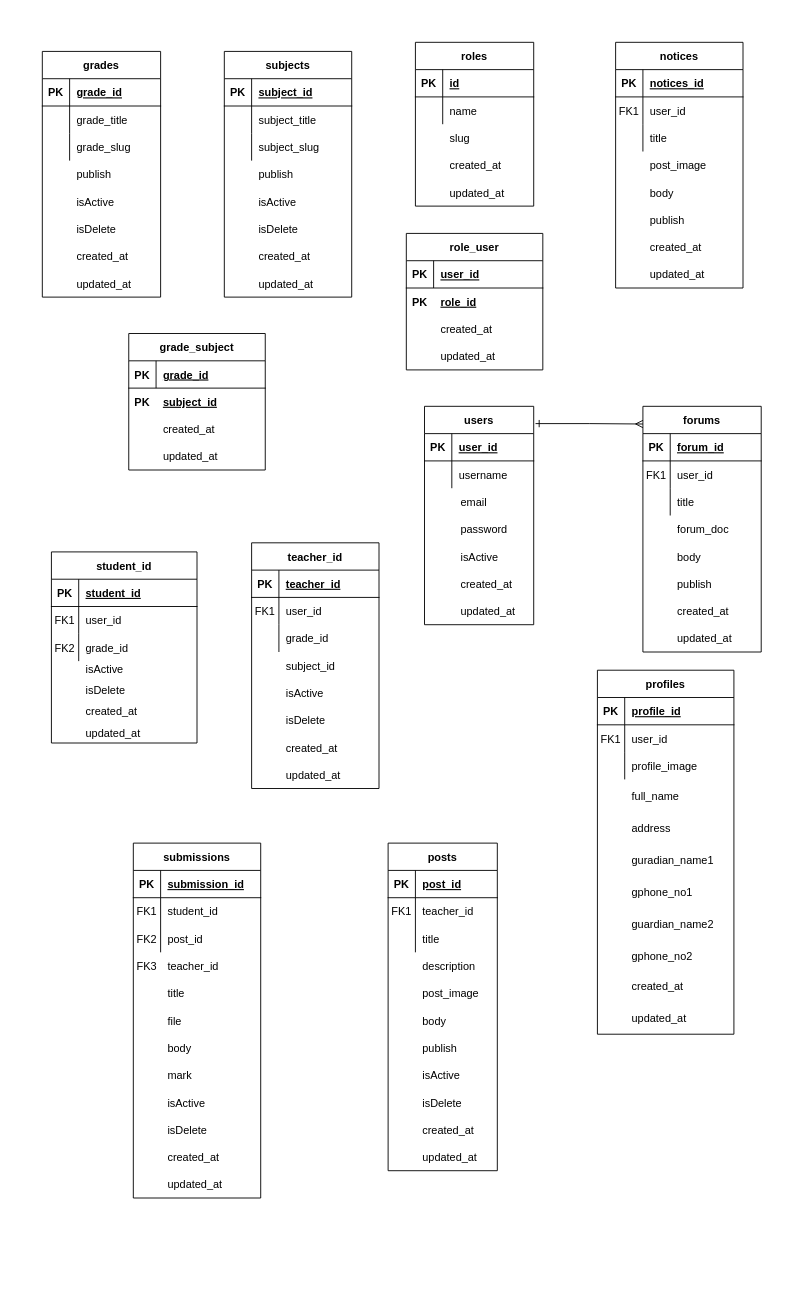
cyber139/camdeus keeps this draw.io diagram as FYP ERD.drawio. Above is the earlier version. Source tidied: cells renumbered, new cells numbered last; positions are measured from the earlier drawing's top-left corner, leaving out a move shared by most shapes. Both pictures are drawn from the tidied source at 91%, with x=0, y=0 at pixel (42, 42).
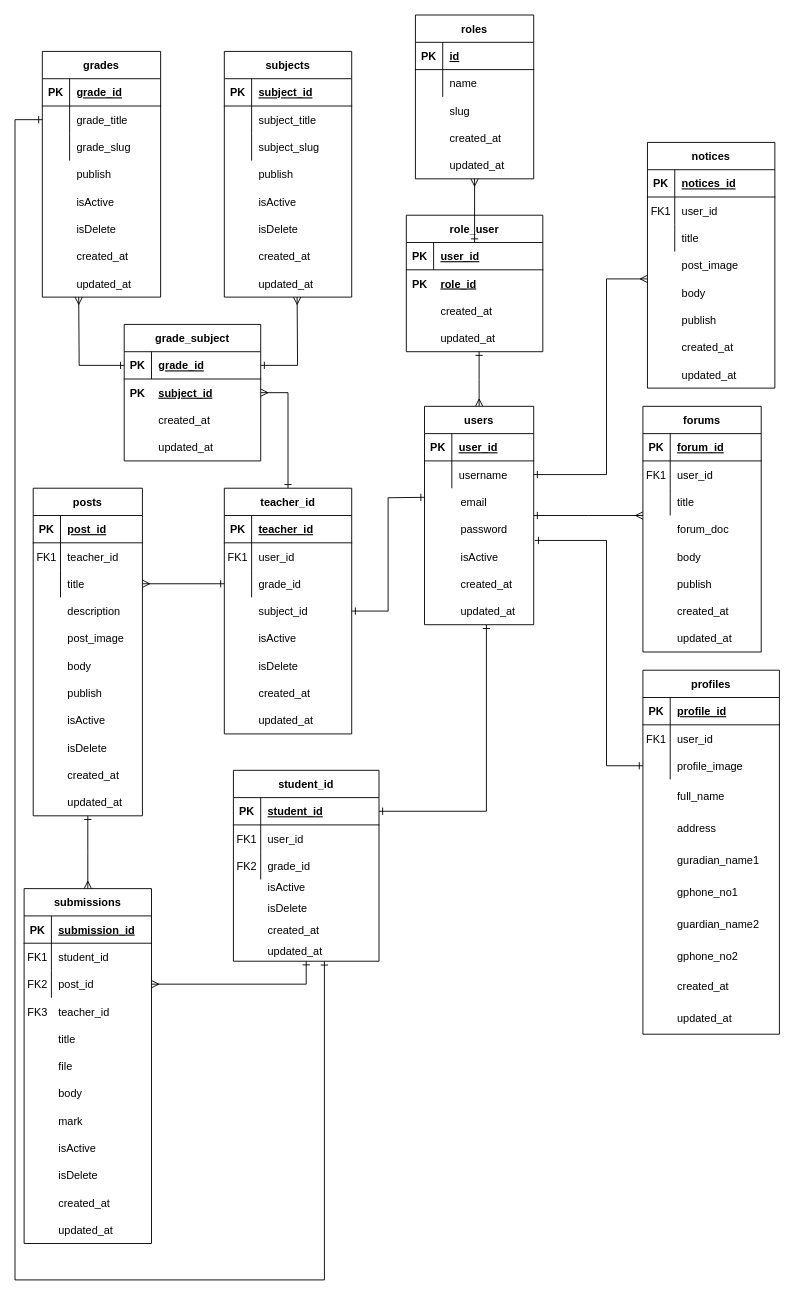
After the change.

Unchanged cells that the change refers to:
```xml
<mxCell id="20" style="shape=partialRectangle;fillColor=none;points=[[0,0.5],[1,0.5]];portConstraint=eastwest;top=0;left=0;right=0;bottom=0;" parent="13" vertex="1">
  <mxGeometry y="90" width="120" height="30" as="geometry" />
</mxCell>
<mxCell id="43" style="shape=partialRectangle;fillColor=none;points=[[0,0.5],[1,0.5]];portConstraint=eastwest;top=0;left=0;right=0;bottom=0;" parent="39" vertex="1">
  <mxGeometry y="60" width="130" height="30" as="geometry" />
</mxCell>
<mxCell id="61" value="grade_subject" style="shape=table;startSize=30;childLayout=tableLayout;rowLines=0;fontStyle=1;align=center;" parent="58" vertex="1">
  <mxGeometry width="150" height="150" as="geometry" />
</mxCell>
<mxCell id="62" style="shape=partialRectangle;fillColor=none;points=[[0,0.5],[1,0.5]];portConstraint=eastwest;top=0;left=0;right=0;bottom=1;" parent="61" vertex="1">
  <mxGeometry y="30" width="150" height="30" as="geometry" />
</mxCell>
<mxCell id="69" value="users" style="shape=table;startSize=30;childLayout=tableLayout;rowLines=0;fontStyle=1;align=center;" parent="68" vertex="1">
  <mxGeometry width="120" height="240" as="geometry" />
</mxCell>
<mxCell id="73" style="shape=partialRectangle;fillColor=none;points=[[0,0.5],[1,0.5]];portConstraint=eastwest;top=0;left=0;right=0;bottom=0;" parent="69" vertex="1">
  <mxGeometry y="60" width="120" height="30" as="geometry" />
</mxCell>
<mxCell id="79" style="shape=partialRectangle;fillColor=none;points=[[0,0.5],[1,0.5]];portConstraint=eastwest;top=0;left=0;right=0;bottom=0;" parent="68" vertex="1">
  <mxGeometry x="20" y="120" width="100" height="30" as="geometry" />
</mxCell>
<mxCell id="88" style="shape=partialRectangle;fillColor=none;points=[[0,0.5],[1,0.5]];portConstraint=eastwest;top=0;left=0;right=0;bottom=0;" parent="68" vertex="1">
  <mxGeometry x="20" y="210" width="100" height="30" as="geometry" />
</mxCell>
<mxCell id="120" style="shape=partialRectangle;fillColor=none;points=[[0,0.5],[1,0.5]];portConstraint=eastwest;top=0;left=0;right=0;bottom=0;" parent="113" vertex="1">
  <mxGeometry y="90" width="150" height="30" as="geometry" />
</mxCell>
<mxCell id="137" value="forums" style="shape=table;startSize=30;childLayout=tableLayout;rowLines=0;fontStyle=1;align=center;" parent="136" vertex="1">
  <mxGeometry width="130" height="270" as="geometry" />
</mxCell>
<mxCell id="158" value="teacher_id" style="shape=table;startSize=30;childLayout=tableLayout;rowLines=0;fontStyle=1;align=center;" parent="157" vertex="1">
  <mxGeometry width="140" height="270" as="geometry" />
</mxCell>
<mxCell id="165" style="shape=partialRectangle;fillColor=none;points=[[0,0.5],[1,0.5]];portConstraint=eastwest;top=0;left=0;right=0;bottom=0;" parent="158" vertex="1">
  <mxGeometry y="90" width="140" height="30" as="geometry" />
</mxCell>
<mxCell id="213" style="shape=partialRectangle;fillColor=none;points=[[0,0.5],[1,0.5]];portConstraint=eastwest;top=0;left=0;right=0;bottom=1;" parent="212" vertex="1">
  <mxGeometry y="30" width="160" height="30" as="geometry" />
</mxCell>
<mxCell id="232" value="submissions" style="shape=table;startSize=30;childLayout=tableLayout;rowLines=0;fontStyle=1;align=center;" parent="231" vertex="1">
  <mxGeometry width="140" height="390" as="geometry" />
</mxCell>
<mxCell id="239" style="shape=partialRectangle;fillColor=none;points=[[0,0.5],[1,0.5]];portConstraint=eastwest;top=0;left=0;right=0;bottom=0;" parent="232" vertex="1">
  <mxGeometry y="90" width="140" height="30" as="geometry" />
</mxCell>
```

What changed in the source:
```diff
@@
     <mxCell id="2" style="group;" parent="1" vertex="1">
-      <mxGeometry x="400" y="210" width="150" height="150" as="geometry" />
+      <mxGeometry x="400" y="190" width="150" height="150" as="geometry" />
     </mxCell>
@@
     <mxCell id="12" style="group;" parent="1" vertex="1">
-      <mxGeometry x="380" y="880" width="120" height="360" as="geometry" />
+      <mxGeometry x="-10" y="490" width="120" height="360" as="geometry" />
     </mxCell>
@@
     <mxCell id="58" style="group;" parent="1" vertex="1">
-      <mxGeometry x="95" y="320" width="150" height="150" as="geometry" />
+      <mxGeometry x="90" y="310" width="150" height="150" as="geometry" />
     </mxCell>
@@
     <mxCell id="91" style="group;" parent="1" vertex="1">
-      <mxGeometry x="630" width="140" height="270" as="geometry" />
+      <mxGeometry x="665" y="110" width="140" height="270" as="geometry" />
     </mxCell>
@@
     <mxCell id="112" style="group;" parent="1" vertex="1">
-      <mxGeometry x="610" y="690" width="150" height="400" as="geometry" />
+      <mxGeometry x="660" y="690" width="150" height="400" as="geometry" />
     </mxCell>
@@
     <mxCell id="157" style="group;" parent="1" vertex="1">
-      <mxGeometry x="230" y="550" width="140" height="270" as="geometry" />
+      <mxGeometry x="200" y="490" width="140" height="270" as="geometry" />
     </mxCell>
@@
     <mxCell id="178" style="group;" parent="1" vertex="1">
-      <mxGeometry x="410" width="130" height="180" as="geometry" />
+      <mxGeometry x="410" y="-30" width="130" height="180" as="geometry" />
     </mxCell>
@@
     <mxCell id="211" style="group;" parent="1" vertex="1">
-      <mxGeometry x="10" y="560" width="160" height="210" as="geometry" />
+      <mxGeometry x="210" y="800" width="160" height="209.8" as="geometry" />
     </mxCell>
     <mxCell id="212" value="student_id" style="shape=table;startSize=30;childLayout=tableLayout;rowLines=0;fontStyle=1;align=center;" parent="211" vertex="1">
-      <mxGeometry width="160" height="210" as="geometry" />
+      <mxGeometry width="160" height="209.8" as="geometry" />
     </mxCell>
@@
     <mxCell id="222" value="FK2" style="shape=partialRectangle;overflow=hidden;fillColor=none;top=0;left=0;bottom=0;right=0;" parent="211" vertex="1">
-      <mxGeometry y="93.3" width="30" height="23.3" as="geometry" />
+      <mxGeometry y="93.2" width="30" height="23.3" as="geometry" />
     </mxCell>
     <mxCell id="223" style="shape=partialRectangle;overflow=hidden;fillColor=none;top=0;left=0;bottom=0;right=0;" parent="211" vertex="1">
-      <mxGeometry y="116.7" width="30" height="23.3" as="geometry" />
+      <mxGeometry y="116.5" width="30" height="23.3" as="geometry" />
     </mxCell>
     <mxCell id="224" value="isActive" style="shape=partialRectangle;overflow=hidden;fillColor=none;top=0;left=0;bottom=0;right=0;align=left;spacingLeft=6;" parent="211" vertex="1">
-      <mxGeometry x="30" y="116.7" width="130" height="23.3" as="geometry" />
+      <mxGeometry x="30" y="116.6" width="130" height="23.3" as="geometry" />
     </mxCell>
     <mxCell id="225" style="shape=partialRectangle;overflow=hidden;fillColor=none;top=0;left=0;bottom=0;right=0;" parent="211" vertex="1">
-      <mxGeometry y="140" width="30" height="23.3" as="geometry" />
+      <mxGeometry y="139.9" width="30" height="23.3" as="geometry" />
     </mxCell>
     <mxCell id="226" value="isDelete" style="shape=partialRectangle;overflow=hidden;fillColor=none;top=0;left=0;bottom=0;right=0;align=left;spacingLeft=6;" parent="211" vertex="1">
-      <mxGeometry x="30" y="140" width="130" height="23.3" as="geometry" />
+      <mxGeometry x="30" y="139.9" width="130" height="23.3" as="geometry" />
     </mxCell>
     <mxCell id="227" style="shape=partialRectangle;overflow=hidden;fillColor=none;top=0;left=0;bottom=0;right=0;" parent="211" vertex="1">
-      <mxGeometry y="163.3" width="30" height="23.3" as="geometry" />
+      <mxGeometry y="163.2" width="30" height="23.3" as="geometry" />
     </mxCell>
     <mxCell id="228" value="created_at" style="shape=partialRectangle;overflow=hidden;fillColor=none;top=0;left=0;bottom=0;right=0;align=left;spacingLeft=6;" parent="211" vertex="1">
-      <mxGeometry x="30" y="163.3" width="130" height="23.3" as="geometry" />
+      <mxGeometry x="30" y="163.2" width="130" height="23.3" as="geometry" />
     </mxCell>
     <mxCell id="229" style="shape=partialRectangle;overflow=hidden;fillColor=none;top=0;left=0;bottom=0;right=0;" parent="211" vertex="1">
-      <mxGeometry y="186.7" width="30" height="23.3" as="geometry" />
+      <mxGeometry y="186.5" width="30" height="23.3" as="geometry" />
     </mxCell>
     <mxCell id="230" value="updated_at" style="shape=partialRectangle;overflow=hidden;fillColor=none;top=0;left=0;bottom=0;right=0;align=left;spacingLeft=6;" parent="211" vertex="1">
-      <mxGeometry x="30" y="186.7" width="130" height="23.3" as="geometry" />
+      <mxGeometry x="30" y="186.5" width="130" height="23.3" as="geometry" />
     </mxCell>
     <mxCell id="231" style="group;" parent="1" vertex="1">
-      <mxGeometry x="100" y="880" width="140" height="390" as="geometry" />
+      <mxGeometry x="-20" y="930" width="140" height="390" as="geometry" />
     </mxCell>
@@
-    <mxCell id="262" style="rounded=0;jettySize=auto;html=1;entryX=0;entryY=0.072;entryDx=0;entryDy=0;entryPerimeter=0;edgeStyle=elbowEdgeStyle;startArrow=ERone;startFill=0;endArrow=ERmany;endFill=0;" parent="1" edge="1" target="137">
-      <mxGeometry relative="1" as="geometry">
-        <mxPoint x="542" y="419" as="sourcePoint" />
-      </mxGeometry>
-    </mxCell>
+    <mxCell id="263" style="edgeStyle=orthogonalEdgeStyle;rounded=0;jettySize=auto;html=1;entryX=0;entryY=0.5;entryDx=0;entryDy=0;startArrow=ERone;startFill=0;endArrow=ERone;endFill=0;exitX=1.012;exitY=0.913;exitDx=0;exitDy=0;exitPerimeter=0;" parent="1" edge="1" source="79" target="120">
+      <mxGeometry relative="1" as="geometry">
+        <Array as="points">
+          <mxPoint x="620" y="547" />
+          <mxPoint x="620" y="795" />
+        </Array>
+      </mxGeometry>
+    </mxCell>
+    <mxCell id="264" style="edgeStyle=orthogonalEdgeStyle;rounded=0;jettySize=auto;html=1;startArrow=ERone;startFill=0;endArrow=ERmany;endFill=0;" parent="1" edge="1" source="69">
+      <mxGeometry relative="1" as="geometry">
+        <mxPoint x="660" y="520" as="targetPoint" />
+      </mxGeometry>
+    </mxCell>
+    <mxCell id="265" style="edgeStyle=orthogonalEdgeStyle;rounded=0;jettySize=auto;html=1;startArrow=ERone;startFill=0;endArrow=ERmany;endFill=0;" parent="1" edge="1" source="73">
+      <mxGeometry relative="1" as="geometry">
+        <mxPoint x="665" y="260" as="targetPoint" />
+        <Array as="points">
+          <mxPoint x="620" y="475" />
+          <mxPoint x="620" y="260" />
+        </Array>
+      </mxGeometry>
+    </mxCell>
+    <mxCell id="266" style="edgeStyle=orthogonalEdgeStyle;rounded=0;jettySize=auto;html=1;exitX=0.5;exitY=0;exitDx=0;exitDy=0;startArrow=ERmany;startFill=0;endArrow=ERone;endFill=0;" parent="1" edge="1" source="69">
+      <mxGeometry relative="1" as="geometry">
+        <mxPoint x="480" y="340" as="targetPoint" />
+      </mxGeometry>
+    </mxCell>
+    <mxCell id="267" style="edgeStyle=orthogonalEdgeStyle;rounded=0;orthogonalLoop=1;jettySize=auto;html=1;exitX=0.5;exitY=0;exitDx=0;exitDy=0;startArrow=ERone;startFill=0;endArrow=ERmany;endFill=0;" parent="1" edge="1">
+      <mxGeometry relative="1" as="geometry">
+        <mxPoint x="475" y="220" as="sourcePoint" />
+        <mxPoint x="475" y="150" as="targetPoint" />
+      </mxGeometry>
+    </mxCell>
+    <mxCell id="268" style="edgeStyle=orthogonalEdgeStyle;rounded=0;jettySize=auto;html=1;entryX=1;entryY=0.5;entryDx=0;entryDy=0;startArrow=ERone;startFill=0;endArrow=ERone;endFill=0;exitX=0.48;exitY=1.007;exitDx=0;exitDy=0;exitPerimeter=0;" parent="1" edge="1" source="88" target="213">
+      <mxGeometry relative="1" as="geometry">
+        <Array as="points">
+          <mxPoint x="488" y="845" />
+        </Array>
+      </mxGeometry>
+    </mxCell>
+    <mxCell id="269" style="edgeStyle=orthogonalEdgeStyle;rounded=0;jettySize=auto;html=1;startArrow=ERone;startFill=0;endArrow=ERmany;endFill=0;" parent="1" edge="1" source="62">
+      <mxGeometry relative="1" as="geometry">
+        <mxPoint x="40" y="280" as="targetPoint" />
+      </mxGeometry>
+    </mxCell>
+    <mxCell id="270" style="edgeStyle=orthogonalEdgeStyle;rounded=0;jettySize=auto;html=1;startArrow=ERone;startFill=0;endArrow=ERmany;endFill=0;" parent="1" edge="1" source="62">
+      <mxGeometry relative="1" as="geometry">
+        <mxPoint x="280" y="280" as="targetPoint" />
+      </mxGeometry>
+    </mxCell>
+    <mxCell id="271" style="edgeStyle=orthogonalEdgeStyle;rounded=0;jettySize=auto;html=1;startArrow=ERone;startFill=0;endArrow=ERone;endFill=0;" parent="1" edge="1" source="158">
+      <mxGeometry relative="1" as="geometry">
+        <mxPoint x="420" y="500" as="targetPoint" />
+      </mxGeometry>
+    </mxCell>
+    <mxCell id="272" style="edgeStyle=orthogonalEdgeStyle;rounded=0;jettySize=auto;html=1;exitX=0.5;exitY=0;exitDx=0;exitDy=0;startArrow=ERmany;startFill=0;endArrow=ERone;endFill=0;" parent="1" edge="1" source="232">
+      <mxGeometry relative="1" as="geometry">
+        <mxPoint x="50" y="850" as="targetPoint" />
+      </mxGeometry>
+    </mxCell>
+    <mxCell id="273" style="edgeStyle=orthogonalEdgeStyle;rounded=0;jettySize=auto;html=1;entryX=1;entryY=0.5;entryDx=0;entryDy=0;startArrow=ERone;startFill=0;endArrow=ERmany;endFill=0;" parent="1" edge="1" source="212" target="239">
+      <mxGeometry relative="1" as="geometry" />
+    </mxCell>
+    <mxCell id="274" style="edgeStyle=orthogonalEdgeStyle;rounded=0;jettySize=auto;html=1;entryX=1;entryY=0.5;entryDx=0;entryDy=0;startArrow=ERone;startFill=0;endArrow=ERmany;endFill=0;exitX=0;exitY=0.5;exitDx=0;exitDy=0;" parent="1" edge="1" source="165" target="20">
+      <mxGeometry relative="1" as="geometry" />
+    </mxCell>
+    <mxCell id="275" style="edgeStyle=orthogonalEdgeStyle;rounded=0;jettySize=auto;html=1;startArrow=ERone;startFill=0;endArrow=ERmany;endFill=0;entryX=1;entryY=0.5;entryDx=0;entryDy=0;exitX=0.5;exitY=0;exitDx=0;exitDy=0;" parent="1" edge="1" source="158" target="61">
+      <mxGeometry relative="1" as="geometry">
+        <Array as="points">
+          <mxPoint x="270" y="385" />
+        </Array>
+      </mxGeometry>
+    </mxCell>
+    <mxCell id="276" style="edgeStyle=orthogonalEdgeStyle;rounded=0;jettySize=auto;html=1;startArrow=ERone;startFill=0;endArrow=ERone;endFill=0;" parent="1" edge="1" source="43">
+      <mxGeometry relative="1" as="geometry">
+        <mxPoint x="310" y="1010" as="targetPoint" />
+        <Array as="points">
+          <mxPoint x="-30" y="85" />
+          <mxPoint x="-30" y="1360" />
+          <mxPoint x="310" y="1360" />
+        </Array>
+      </mxGeometry>
+    </mxCell>
```
